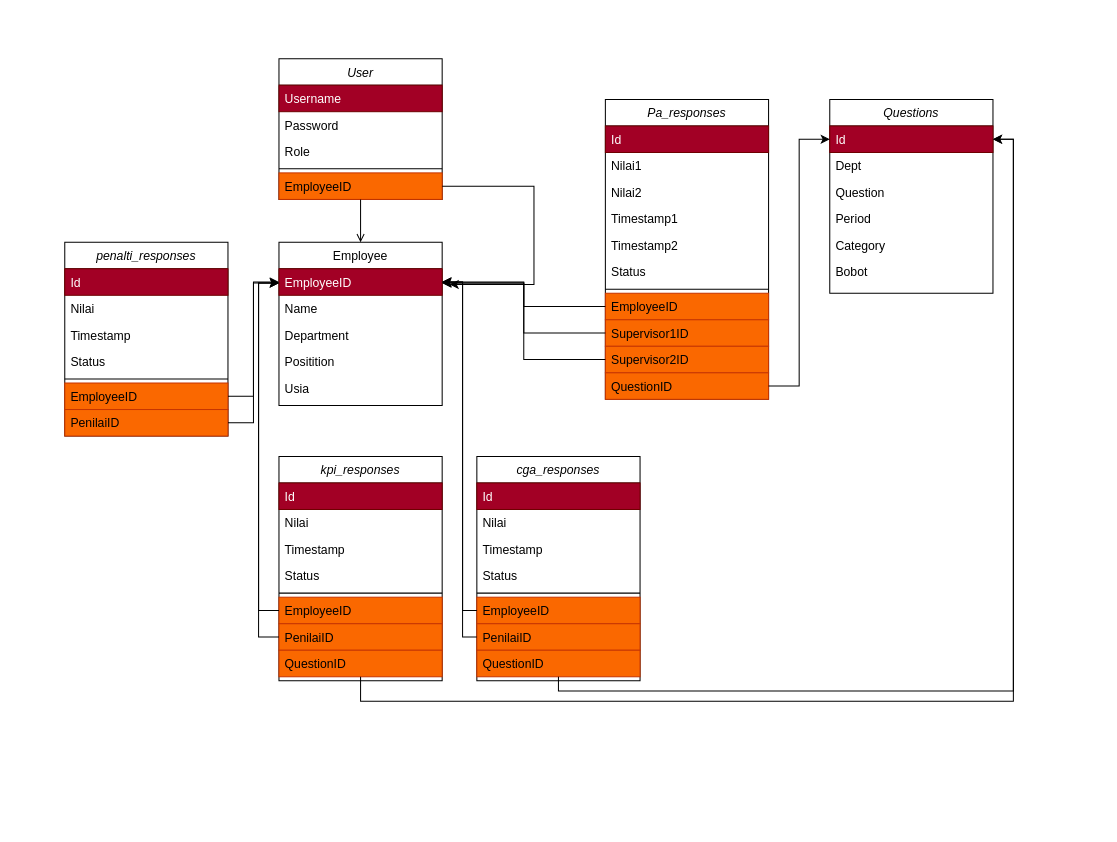
Before: database-diagram.drawio in jezreelkosasih/diagram, a draw.io diagram. Source tidied: cells renumbered, new cells numbered last; positions are measured from the earlier drawing's top-left corner, leaving out a move shared by most shapes. Both pictures are drawn from the tidied source at 102%, with x=0, y=0 at pixel (64, 58).
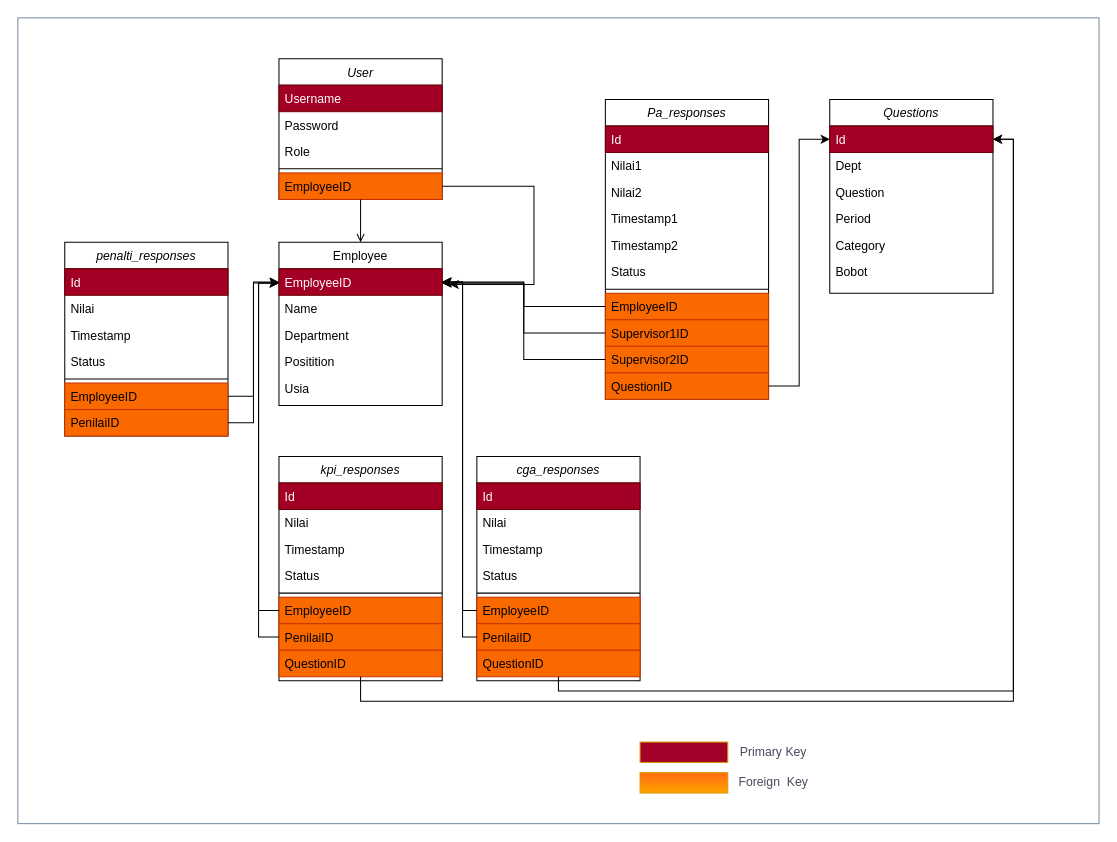
The same diagram, later.

What changed in the source:
```diff
@@
+    <mxCell id="73" style="rounded=0;whiteSpace=wrap;html=1;strokeColor=#788AA3;fontColor=#46495D;fillColor=none;" parent="1" vertex="1">
+      <mxGeometry x="-46" y="-40" width="1060" height="790" as="geometry" />
+    </mxCell>
+    <mxCell id="74" style="rounded=0;whiteSpace=wrap;html=1;strokeColor=#d79b00;fillColor=#a20129;gradientColor=none;" parent="1" vertex="1">
+      <mxGeometry x="564" y="670" width="86" height="20" as="geometry" />
+    </mxCell>
+    <mxCell id="75" value="Primary Key" style="text;html=1;strokeColor=none;fillColor=none;align=center;verticalAlign=middle;whiteSpace=wrap;rounded=0;fontColor=#46495D;" parent="1" vertex="1">
+      <mxGeometry x="640" y="665" width="110" height="30" as="geometry" />
+    </mxCell>
+    <mxCell id="76" style="rounded=0;whiteSpace=wrap;html=1;strokeColor=#d79b00;fillColor=#FF6912;gradientColor=#ffa500;" parent="1" vertex="1">
+      <mxGeometry x="564" y="700" width="86" height="20" as="geometry" />
+    </mxCell>
+    <mxCell id="77" value="Foreign&amp;nbsp; Key" style="text;html=1;strokeColor=none;fillColor=none;align=center;verticalAlign=middle;whiteSpace=wrap;rounded=0;fontColor=#46495D;" parent="1" vertex="1">
+      <mxGeometry x="640" y="695" width="110" height="30" as="geometry" />
+    </mxCell>
```
